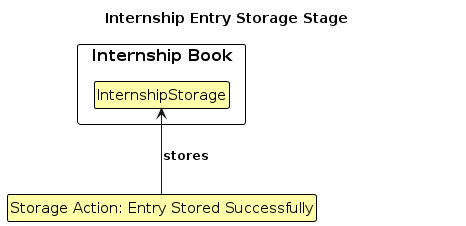
Earlier version of the PlantUML export diagrams/CreateCommandStore.png (AY2324S1-CS2103T-W17-1/tp). Its source is kept beside it as diagrams/CreateCommandStore.puml. The source it was exported from:
```plantuml
@startuml
!include style.puml
skinparam ClassFontColor #000000
skinparam ClassBorderColor #000000
skinparam ClassBackgroundColor #FFFFAA

title Internship Entry Storage Stage

package "Internship Book" {
    class InternshipStorage as "InternshipStorage"
}

class InternshipEntry as "InternshipEntry:\nJane Street, Coffee maker"

InternshipStorage -[hidden]right-> InternshipEntry

hide InternshipEntry

class StorageAction as "Storage Action: Entry Stored Successfully"

StorageAction -up-> InternshipStorage : stores

@enduml
```
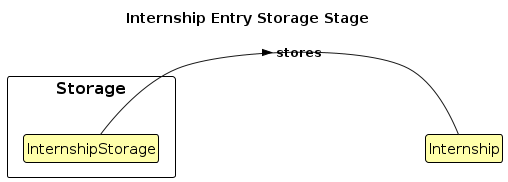
After the change.

Diff of the diagram source:
```diff
@@ -6,7 +6,7 @@
 
 title Internship Entry Storage Stage
 
-package "Internship Book" {
+package "Storage" {
     class InternshipStorage as "InternshipStorage"
 }
 
@@ -16,8 +16,8 @@
 
 hide InternshipEntry
 
-class StorageAction as "Storage Action: Entry Stored Successfully"
+class Internship as "Internship"
 
-StorageAction -up-> InternshipStorage : stores
+InternshipStorage - Internship : stores >
 
 @enduml
```
